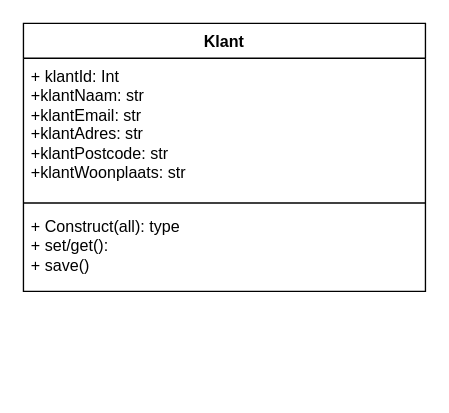
Above: ontwerp/classdiagram.drawio in CaylenRamazan/bas-bezorgservice (draw.io), before the change. Source tidied: cells renumbered, new cells numbered last; positions are measured from the earlier drawing's top-left corner, leaving out a move shared by most shapes. Both pictures are drawn from the tidied source at 134%, with x=0, y=0 at pixel (23, 23).
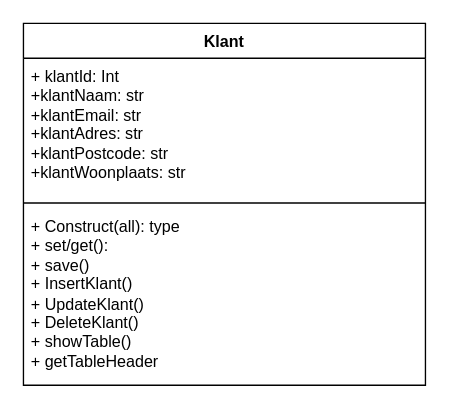
The same diagram, later.

Change to the diagram source:
```diff
@@
 <mxGraphModel>
   <root>
     <mxCell id="0" />
     <mxCell id="1" parent="0" />
     <mxCell id="2" value="Klant" style="swimlane;fontStyle=1;align=center;verticalAlign=top;horizontal=1;startSize=26;whiteSpace=wrap;html=1;" parent="1" vertex="1">
-      <mxGeometry width="300" height="200" as="geometry" />
+      <mxGeometry width="300" height="270" as="geometry" />
     </mxCell>
     <mxCell id="3" value="+ klantId: Int&lt;div&gt;+klantNaam: str&lt;/div&gt;&lt;div&gt;+klantEmail: str&lt;/div&gt;&lt;div&gt;+klantAdres: str&lt;/div&gt;&lt;div&gt;+klantPostcode: str&lt;/div&gt;&lt;div&gt;+klantWoonplaats: str&lt;br&gt;&lt;div&gt;&lt;br&gt;&lt;/div&gt;&lt;/div&gt;" style="text;strokeColor=none;fillColor=none;align=left;verticalAlign=top;spacingLeft=4;spacingRight=4;overflow=hidden;whiteSpace=wrap;html=1;" parent="2" vertex="1">
       <mxGeometry y="26" width="300" height="104" as="geometry" />
     </mxCell>
     <mxCell id="4" style="line;strokeWidth=1;fillColor=none;align=left;verticalAlign=middle;spacingTop=-1;spacingLeft=3;spacingRight=3;labelPosition=right;strokeColor=inherit;" parent="2" vertex="1">
       <mxGeometry y="130" width="300" height="8" as="geometry" />
     </mxCell>
-    <mxCell id="5" value="+ Construct(all): type&lt;div&gt;+ set/get():&lt;/div&gt;&lt;div&gt;+ save()&lt;br&gt;&lt;div&gt;&lt;br&gt;&lt;/div&gt;&lt;/div&gt;" style="text;strokeColor=none;fillColor=none;align=left;verticalAlign=top;spacingLeft=4;spacingRight=4;overflow=hidden;whiteSpace=wrap;html=1;" parent="2" vertex="1">
-      <mxGeometry y="138" width="300" height="62" as="geometry" />
+    <mxCell id="5" value="+ Construct(all): type&lt;div&gt;+ set/get():&lt;/div&gt;&lt;div&gt;+ save()&lt;/div&gt;&lt;div&gt;+ InsertKlant()&lt;/div&gt;&lt;div&gt;+ UpdateKlant()&lt;/div&gt;&lt;div&gt;+ DeleteKlant()&lt;/div&gt;&lt;div&gt;+ showTable()&lt;/div&gt;&lt;div&gt;+ getTableHeader&lt;br&gt;&lt;div&gt;&lt;br&gt;&lt;/div&gt;&lt;/div&gt;" style="text;strokeColor=none;fillColor=none;align=left;verticalAlign=top;spacingLeft=4;spacingRight=4;overflow=hidden;whiteSpace=wrap;html=1;" parent="2" vertex="1">
+      <mxGeometry y="138" width="300" height="132" as="geometry" />
     </mxCell>
   </root>
 </mxGraphModel>
```
